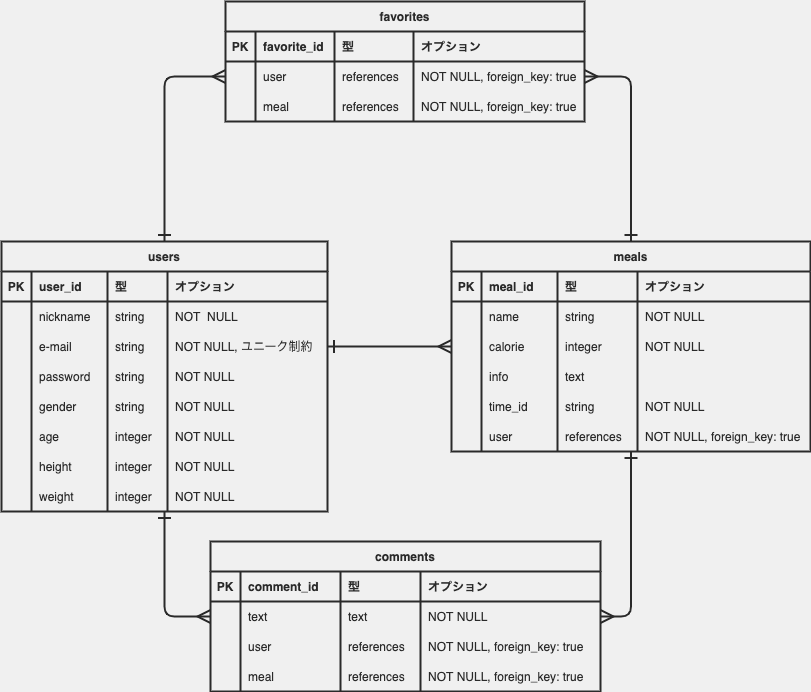
Earlier version of the draw.io export app/assets/images/meal_management_app_ER図.png (aktmmiri/meal_management_app). Source tidied: cells renumbered, new cells last; positions are measured from the earlier drawing's top-left corner, leaving out a move shared by most shapes.
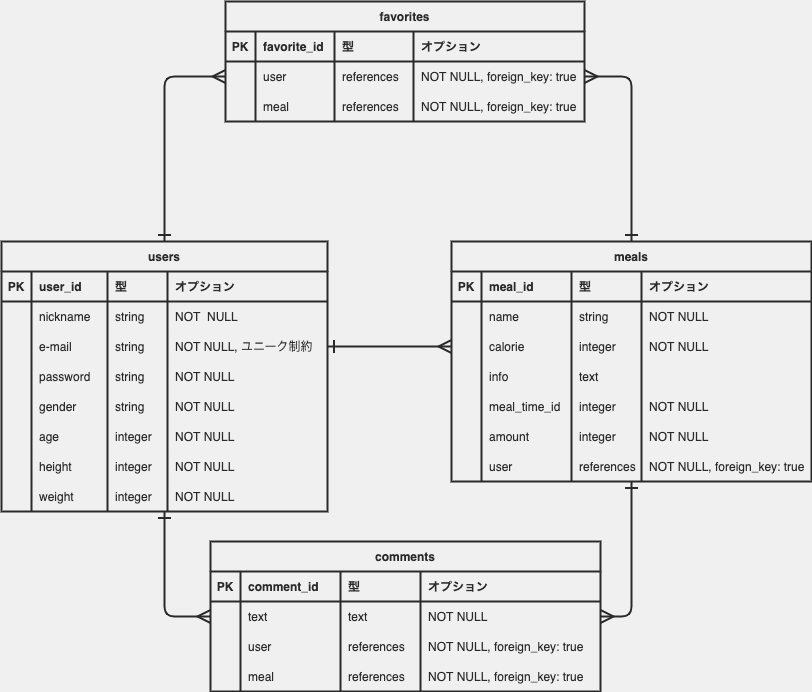
The same file after the commit.

The edit, as a diff of the source:
```diff
@@ -126,97 +126,112 @@
       <mxGeometry x="166" width="160" height="30" as="geometry" />
     </mxCell>
     <mxCell id="43" value="meals" style="shape=table;startSize=30;rowLines=0;fontStyle=1;align=center;fontColor=#2A2A2A;fillColor=none;strokeColor=#2A2A2A;strokeWidth=2;" parent="1" vertex="1">
-      <mxGeometry x="450" y="240" width="359" height="210" as="geometry" />
+      <mxGeometry x="450" y="240" width="360" height="240" as="geometry" />
     </mxCell>
     <mxCell id="44" style="shape=partialRectangle;top=0;left=0;bottom=1;right=0;fontColor=#2A2A2A;fillColor=none;strokeColor=#2A2A2A;strokeWidth=2;" parent="43" vertex="1">
-      <mxGeometry y="30" width="359" height="30" as="geometry" />
+      <mxGeometry y="30" width="360" height="30" as="geometry" />
     </mxCell>
     <mxCell id="45" value="PK" style="shape=partialRectangle;top=0;left=0;bottom=0;right=0;fontStyle=1;overflow=hidden;fontColor=#2A2A2A;fillColor=none;strokeColor=#2A2A2A;strokeWidth=2;" parent="44" vertex="1">
       <mxGeometry width="30" height="30" as="geometry" />
     </mxCell>
     <mxCell id="46" value="meal_id" style="shape=partialRectangle;top=0;left=0;bottom=0;right=0;align=left;spacingLeft=6;fontStyle=1;overflow=hidden;fontColor=#2A2A2A;fillColor=none;strokeColor=#2A2A2A;strokeWidth=2;" parent="44" vertex="1">
-      <mxGeometry x="30" width="76" height="30" as="geometry" />
+      <mxGeometry x="30" width="90" height="30" as="geometry" />
     </mxCell>
     <mxCell id="47" value="型" style="shape=partialRectangle;top=0;left=0;bottom=0;right=0;align=left;spacingLeft=6;fontStyle=1;overflow=hidden;fontColor=#2A2A2A;fillColor=none;strokeColor=#2A2A2A;strokeWidth=2;" parent="44" vertex="1">
-      <mxGeometry x="106" width="80" height="30" as="geometry" />
+      <mxGeometry x="120" width="70" height="30" as="geometry" />
     </mxCell>
     <mxCell id="48" value="オプション" style="shape=partialRectangle;top=0;left=0;bottom=0;right=0;align=left;spacingLeft=6;fontStyle=1;overflow=hidden;fontColor=#2A2A2A;fillColor=none;strokeColor=#2A2A2A;strokeWidth=2;" parent="44" vertex="1">
-      <mxGeometry x="186" width="173" height="30" as="geometry" />
+      <mxGeometry x="190" width="170" height="30" as="geometry" />
     </mxCell>
     <mxCell id="49" style="shape=partialRectangle;top=0;left=0;bottom=0;right=0;fontColor=#2A2A2A;fillColor=none;strokeColor=#2A2A2A;strokeWidth=2;" parent="43" vertex="1">
-      <mxGeometry y="60" width="359" height="30" as="geometry" />
+      <mxGeometry y="60" width="360" height="30" as="geometry" />
     </mxCell>
     <mxCell id="50" style="shape=partialRectangle;top=0;left=0;bottom=0;right=0;overflow=hidden;fontColor=#2A2A2A;fillColor=none;strokeColor=#2A2A2A;strokeWidth=2;" parent="49" vertex="1">
       <mxGeometry width="30" height="30" as="geometry" />
     </mxCell>
     <mxCell id="51" value="name" style="shape=partialRectangle;top=0;left=0;bottom=0;right=0;align=left;spacingLeft=6;overflow=hidden;fontColor=#2A2A2A;fillColor=none;strokeColor=#2A2A2A;strokeWidth=2;" parent="49" vertex="1">
-      <mxGeometry x="30" width="76" height="30" as="geometry" />
+      <mxGeometry x="30" width="90" height="30" as="geometry" />
     </mxCell>
     <mxCell id="52" value="string" style="shape=partialRectangle;top=0;left=0;bottom=0;right=0;align=left;spacingLeft=6;overflow=hidden;fontColor=#2A2A2A;fillColor=none;strokeColor=#2A2A2A;strokeWidth=2;" parent="49" vertex="1">
-      <mxGeometry x="106" width="80" height="30" as="geometry" />
+      <mxGeometry x="120" width="70" height="30" as="geometry" />
     </mxCell>
     <mxCell id="53" value="NOT NULL" style="shape=partialRectangle;top=0;left=0;bottom=0;right=0;align=left;spacingLeft=6;overflow=hidden;fontColor=#2A2A2A;fillColor=none;strokeColor=#2A2A2A;strokeWidth=2;" parent="49" vertex="1">
-      <mxGeometry x="186" width="173" height="30" as="geometry" />
+      <mxGeometry x="190" width="170" height="30" as="geometry" />
     </mxCell>
     <mxCell id="54" style="shape=partialRectangle;top=0;left=0;bottom=0;right=0;points=[[0,0.5],[1,0.5]];portConstraint=eastwest;fontColor=#2A2A2A;fillColor=none;strokeColor=#2A2A2A;strokeWidth=2;" parent="43" vertex="1">
-      <mxGeometry y="90" width="359" height="30" as="geometry" />
+      <mxGeometry y="90" width="360" height="30" as="geometry" />
     </mxCell>
     <mxCell id="55" style="shape=partialRectangle;top=0;left=0;bottom=0;right=0;overflow=hidden;fontColor=#2A2A2A;fillColor=none;strokeColor=#2A2A2A;strokeWidth=2;" parent="54" vertex="1">
       <mxGeometry width="30" height="30" as="geometry" />
     </mxCell>
     <mxCell id="56" value="calorie" style="shape=partialRectangle;top=0;left=0;bottom=0;right=0;align=left;spacingLeft=6;overflow=hidden;fontColor=#2A2A2A;fillColor=none;strokeColor=#2A2A2A;strokeWidth=2;" parent="54" vertex="1">
-      <mxGeometry x="30" width="76" height="30" as="geometry" />
+      <mxGeometry x="30" width="90" height="30" as="geometry" />
     </mxCell>
     <mxCell id="57" value="integer" style="shape=partialRectangle;top=0;left=0;bottom=0;right=0;align=left;spacingLeft=6;overflow=hidden;fontColor=#2A2A2A;fillColor=none;strokeColor=#2A2A2A;strokeWidth=2;" parent="54" vertex="1">
-      <mxGeometry x="106" width="80" height="30" as="geometry" />
+      <mxGeometry x="120" width="70" height="30" as="geometry" />
     </mxCell>
     <mxCell id="58" value="NOT NULL" style="shape=partialRectangle;top=0;left=0;bottom=0;right=0;align=left;spacingLeft=6;overflow=hidden;fontColor=#2A2A2A;fillColor=none;strokeColor=#2A2A2A;strokeWidth=2;" parent="54" vertex="1">
-      <mxGeometry x="186" width="173" height="30" as="geometry" />
+      <mxGeometry x="190" width="170" height="30" as="geometry" />
     </mxCell>
     <mxCell id="59" style="shape=partialRectangle;top=0;left=0;bottom=0;right=0;fontColor=#2A2A2A;fillColor=none;strokeColor=#2A2A2A;strokeWidth=2;" parent="43" vertex="1">
-      <mxGeometry y="120" width="359" height="30" as="geometry" />
+      <mxGeometry y="120" width="360" height="30" as="geometry" />
     </mxCell>
     <mxCell id="60" style="shape=partialRectangle;top=0;left=0;bottom=0;right=0;overflow=hidden;fontColor=#2A2A2A;fillColor=none;strokeColor=#2A2A2A;strokeWidth=2;" parent="59" vertex="1">
       <mxGeometry width="30" height="30" as="geometry" />
     </mxCell>
     <mxCell id="61" value="info" style="shape=partialRectangle;top=0;left=0;bottom=0;right=0;align=left;spacingLeft=6;overflow=hidden;fontColor=#2A2A2A;fillColor=none;strokeColor=#2A2A2A;strokeWidth=2;" parent="59" vertex="1">
-      <mxGeometry x="30" width="76" height="30" as="geometry" />
+      <mxGeometry x="30" width="90" height="30" as="geometry" />
     </mxCell>
     <mxCell id="62" value="text" style="shape=partialRectangle;top=0;left=0;bottom=0;right=0;align=left;spacingLeft=6;overflow=hidden;fontColor=#2A2A2A;fillColor=none;strokeColor=#2A2A2A;strokeWidth=2;" parent="59" vertex="1">
-      <mxGeometry x="106" width="80" height="30" as="geometry" />
+      <mxGeometry x="120" width="70" height="30" as="geometry" />
     </mxCell>
     <mxCell id="63" style="shape=partialRectangle;top=0;left=0;bottom=0;right=0;align=left;spacingLeft=6;overflow=hidden;fontColor=#2A2A2A;fillColor=none;strokeColor=#2A2A2A;strokeWidth=2;" parent="59" vertex="1">
-      <mxGeometry x="186" width="173" height="30" as="geometry" />
+      <mxGeometry x="190" width="170" height="30" as="geometry" />
     </mxCell>
     <mxCell id="64" style="shape=partialRectangle;top=0;left=0;bottom=0;right=0;fontColor=#2A2A2A;fillColor=none;strokeColor=#2A2A2A;strokeWidth=2;" parent="43" vertex="1">
-      <mxGeometry y="150" width="359" height="30" as="geometry" />
+      <mxGeometry y="150" width="360" height="30" as="geometry" />
     </mxCell>
     <mxCell id="65" style="shape=partialRectangle;top=0;left=0;bottom=0;right=0;overflow=hidden;fontColor=#2A2A2A;fillColor=none;strokeColor=#2A2A2A;strokeWidth=2;" parent="64" vertex="1">
       <mxGeometry width="30" height="30" as="geometry" />
     </mxCell>
-    <mxCell id="66" value="time_id" style="shape=partialRectangle;top=0;left=0;bottom=0;right=0;align=left;spacingLeft=6;overflow=hidden;fontColor=#2A2A2A;fillColor=none;strokeColor=#2A2A2A;strokeWidth=2;" parent="64" vertex="1">
-      <mxGeometry x="30" width="76" height="30" as="geometry" />
+    <mxCell id="66" value="meal_time_id" style="shape=partialRectangle;top=0;left=0;bottom=0;right=0;align=left;spacingLeft=6;overflow=hidden;fontColor=#2A2A2A;fillColor=none;strokeColor=#2A2A2A;strokeWidth=2;" parent="64" vertex="1">
+      <mxGeometry x="30" width="90" height="30" as="geometry" />
     </mxCell>
-    <mxCell id="67" value="string" style="shape=partialRectangle;top=0;left=0;bottom=0;right=0;align=left;spacingLeft=6;overflow=hidden;fontColor=#2A2A2A;fillColor=none;strokeColor=#2A2A2A;strokeWidth=2;" parent="64" vertex="1">
-      <mxGeometry x="106" width="80" height="30" as="geometry" />
+    <mxCell id="67" value="integer" style="shape=partialRectangle;top=0;left=0;bottom=0;right=0;align=left;spacingLeft=6;overflow=hidden;fontColor=#2A2A2A;fillColor=none;strokeColor=#2A2A2A;strokeWidth=2;" parent="64" vertex="1">
+      <mxGeometry x="120" width="70" height="30" as="geometry" />
     </mxCell>
     <mxCell id="68" value="NOT NULL" style="shape=partialRectangle;top=0;left=0;bottom=0;right=0;align=left;spacingLeft=6;overflow=hidden;fontColor=#2A2A2A;fillColor=none;strokeColor=#2A2A2A;strokeWidth=2;" parent="64" vertex="1">
-      <mxGeometry x="186" width="173" height="30" as="geometry" />
+      <mxGeometry x="190" width="170" height="30" as="geometry" />
     </mxCell>
+    <mxCell id="116" style="shape=partialRectangle;top=0;left=0;bottom=0;right=0;fontColor=#2A2A2A;fillColor=none;strokeColor=#2A2A2A;strokeWidth=2;" parent="43" vertex="1">
+      <mxGeometry y="180" width="360" height="30" as="geometry" />
+    </mxCell>
+    <mxCell id="117" style="shape=partialRectangle;top=0;left=0;bottom=0;right=0;overflow=hidden;fontColor=#2A2A2A;fillColor=none;strokeColor=#2A2A2A;strokeWidth=2;" parent="116" vertex="1">
+      <mxGeometry width="30" height="30" as="geometry" />
+    </mxCell>
+    <mxCell id="118" value="amount" style="shape=partialRectangle;top=0;left=0;bottom=0;right=0;align=left;spacingLeft=6;overflow=hidden;fontColor=#2A2A2A;fillColor=none;strokeColor=#2A2A2A;strokeWidth=2;" parent="116" vertex="1">
+      <mxGeometry x="30" width="90" height="30" as="geometry" />
+    </mxCell>
+    <mxCell id="119" value="integer" style="shape=partialRectangle;top=0;left=0;bottom=0;right=0;align=left;spacingLeft=6;overflow=hidden;fontColor=#2A2A2A;fillColor=none;strokeColor=#2A2A2A;strokeWidth=2;" parent="116" vertex="1">
+      <mxGeometry x="120" width="70" height="30" as="geometry" />
+    </mxCell>
+    <mxCell id="120" value="NOT NULL" style="shape=partialRectangle;top=0;left=0;bottom=0;right=0;align=left;spacingLeft=6;overflow=hidden;fontColor=#2A2A2A;fillColor=none;strokeColor=#2A2A2A;strokeWidth=2;" parent="116" vertex="1">
+      <mxGeometry x="190" width="170" height="30" as="geometry" />
+    </mxCell>
     <mxCell id="69" style="shape=partialRectangle;top=0;left=0;bottom=0;right=0;fontColor=#2A2A2A;fillColor=none;strokeColor=#2A2A2A;strokeWidth=2;" parent="43" vertex="1">
-      <mxGeometry y="180" width="359" height="30" as="geometry" />
+      <mxGeometry y="210" width="360" height="30" as="geometry" />
     </mxCell>
     <mxCell id="70" style="shape=partialRectangle;top=0;left=0;bottom=0;right=0;overflow=hidden;fontColor=#2A2A2A;fillColor=none;strokeColor=#2A2A2A;strokeWidth=2;" parent="69" vertex="1">
       <mxGeometry width="30" height="30" as="geometry" />
     </mxCell>
     <mxCell id="71" value="user" style="shape=partialRectangle;top=0;left=0;bottom=0;right=0;align=left;spacingLeft=6;overflow=hidden;fontColor=#2A2A2A;fillColor=none;strokeColor=#2A2A2A;strokeWidth=2;" parent="69" vertex="1">
-      <mxGeometry x="30" width="76" height="30" as="geometry" />
+      <mxGeometry x="30" width="90" height="30" as="geometry" />
     </mxCell>
     <mxCell id="72" value="references" style="shape=partialRectangle;top=0;left=0;bottom=0;right=0;align=left;spacingLeft=6;overflow=hidden;fontColor=#2A2A2A;fillColor=none;strokeColor=#2A2A2A;strokeWidth=2;" parent="69" vertex="1">
-      <mxGeometry x="106" width="80" height="30" as="geometry" />
+      <mxGeometry x="120" width="70" height="30" as="geometry" />
     </mxCell>
     <mxCell id="73" value="NOT NULL, foreign_key: true" style="shape=partialRectangle;top=0;left=0;bottom=0;right=0;align=left;spacingLeft=6;overflow=hidden;fontColor=#2A2A2A;fillColor=none;strokeColor=#2A2A2A;strokeWidth=2;" parent="69" vertex="1">
-      <mxGeometry x="186" width="173" height="30" as="geometry" />
+      <mxGeometry x="190" width="170" height="30" as="geometry" />
     </mxCell>
     <mxCell id="74" value="comments" style="shape=table;startSize=30;rowLines=0;fontStyle=1;align=center;fontColor=#2A2A2A;fillColor=none;strokeColor=#2A2A2A;strokeWidth=2;" parent="1" vertex="1">
       <mxGeometry x="209" y="540" width="390" height="150" as="geometry" />
```
